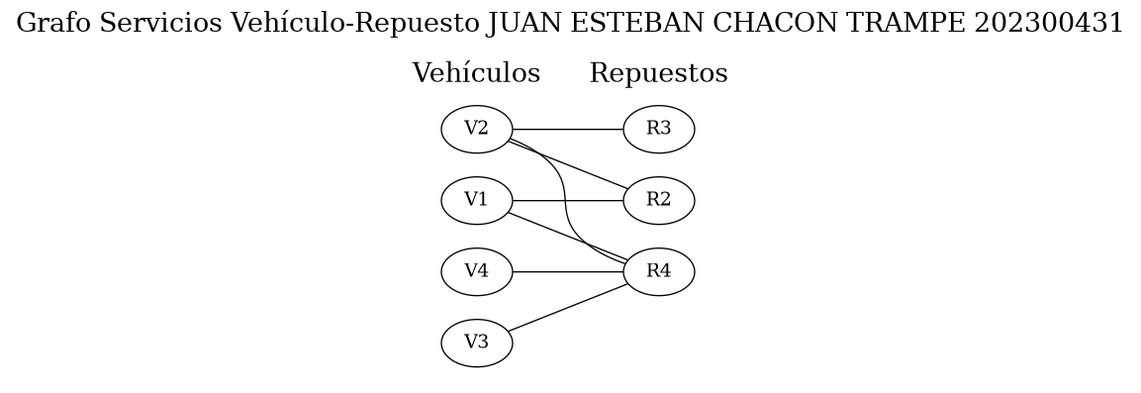
The Graphviz diagram FASE#3/AutoGest/reports/grafo_servicios.png in EstebanTrampe01/-EDD-1S2025_202300431, before a commit. Its source is kept beside it as FASE#3/AutoGest/reports/grafo_servicios.dot. Source of this version:
```dot
graph ServiciosVehiculoRepuesto {
    label="Grafo Servicios Vehículo-Repuesto JUAN ESTEBAN CHACON TRAMPE 202300431";
    labelloc=top;
    fontsize=20;
    rankdir=LR;
    subgraph cluster_vehiculos {
        label="Vehículos";
        color=white;
        rank=same;
        "V1";
        "V2";
        "V4";
        "V3";
    }
    subgraph cluster_repuestos {
        label="Repuestos";
        color=white;
        rank=same;
        "R2";
        "R3";
        "R4";
    }
    "V1" -- "R2";
    "V1" -- "R4";
    "V2" -- "R2";
    "V2" -- "R3";
    "V2" -- "R4";
    "V4" -- "R4";
    "V3" -- "R4";
}
```
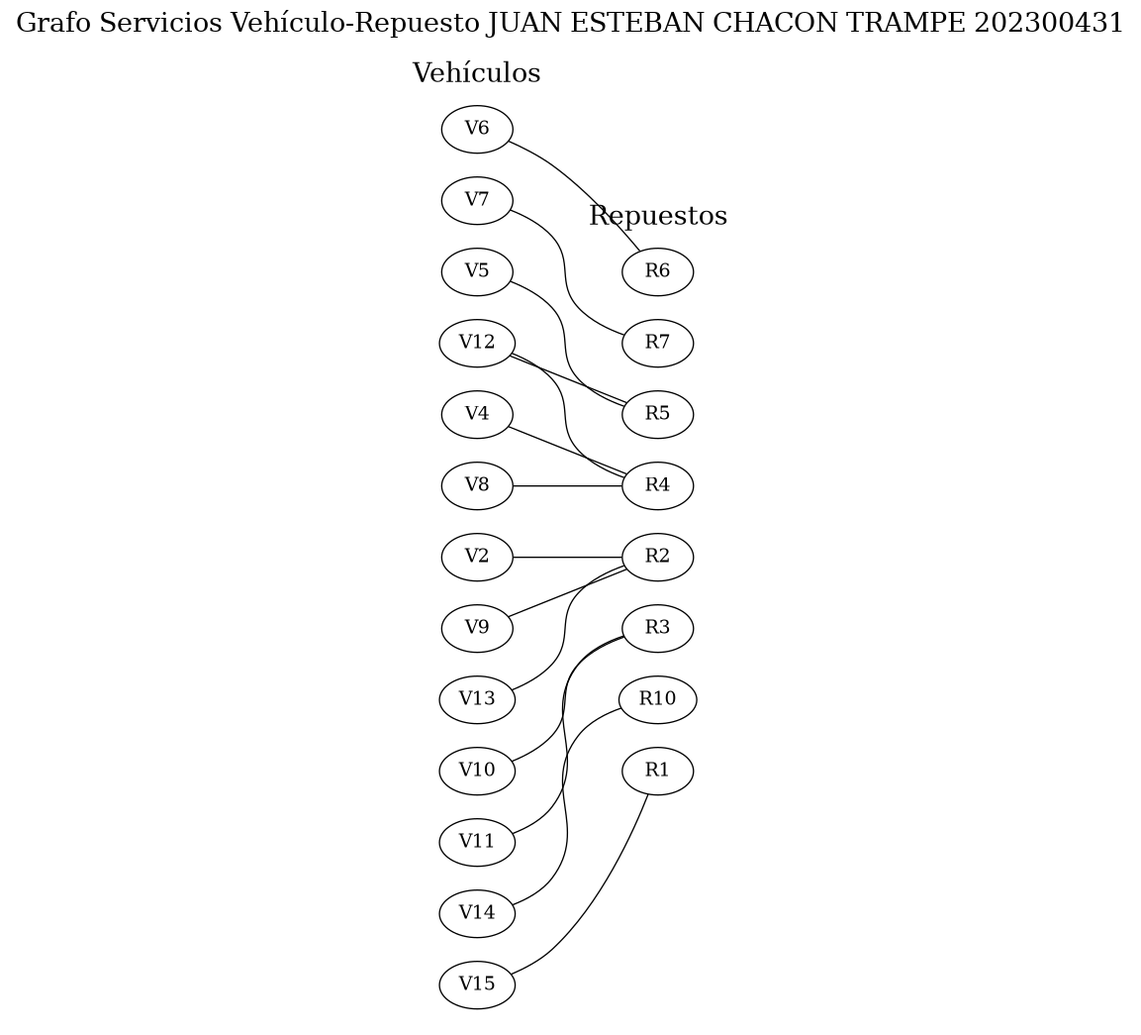
Above is the later version.

What changed in the source:
```diff
@@ -7,24 +7,45 @@
         label="Vehículos";
         color=white;
         rank=same;
-        "V1";
         "V2";
         "V4";
-        "V3";
+        "V5";
+        "V6";
+        "V7";
+        "V8";
+        "V9";
+        "V12";
+        "V10";
+        "V11";
+        "V13";
+        "V14";
+        "V15";
     }
     subgraph cluster_repuestos {
         label="Repuestos";
         color=white;
         rank=same;
         "R2";
+        "R4";
+        "R5";
+        "R6";
+        "R7";
         "R3";
-        "R4";
+        "R10";
+        "R1";
     }
-    "V1" -- "R2";
-    "V1" -- "R4";
     "V2" -- "R2";
-    "V2" -- "R3";
-    "V2" -- "R4";
     "V4" -- "R4";
-    "V3" -- "R4";
+    "V5" -- "R5";
+    "V6" -- "R6";
+    "V7" -- "R7";
+    "V8" -- "R4";
+    "V9" -- "R2";
+    "V12" -- "R5";
+    "V12" -- "R4";
+    "V10" -- "R3";
+    "V11" -- "R3";
+    "V13" -- "R2";
+    "V14" -- "R10";
+    "V15" -- "R1";
 }
```
